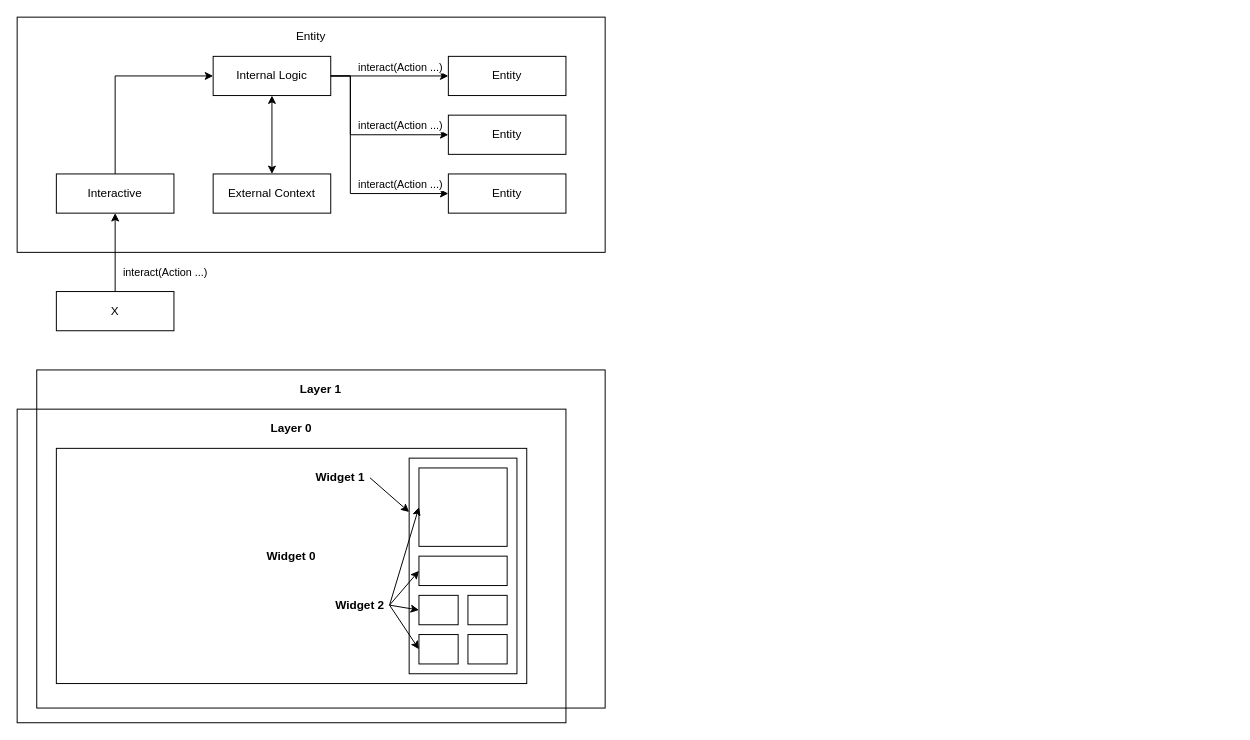
The draw.io diagram page "Windowing hierarchy" (3 of 3) of drafts/FEB-8.drawio in codowka-entertaiment/buhurts-and-hobbyhorsing-docs, before the edit. Source tidied: cells renumbered, new cells numbered last; positions are measured from the earlier drawing's top-left corner, leaving out a move shared by most shapes. Both pictures are drawn from the tidied source at 98%, with x=0, y=0 at pixel (17, 17).
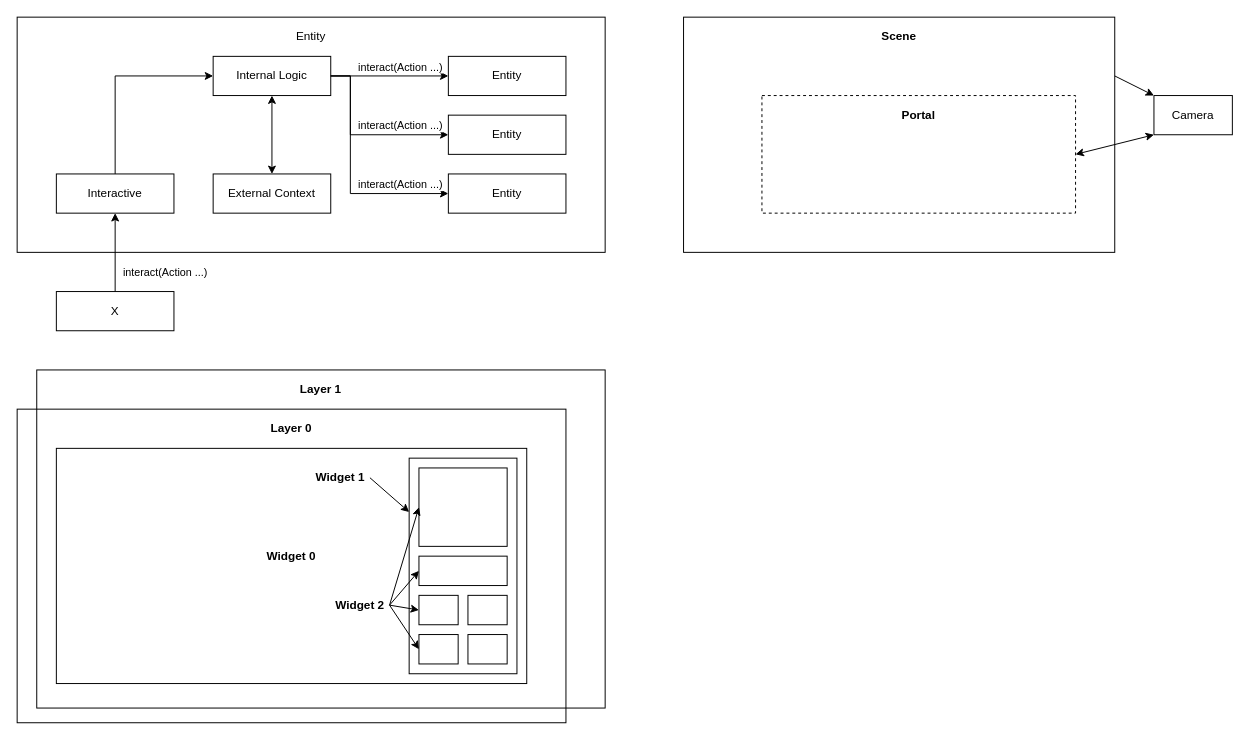
The same page after the edit.

The edit, as a diff of the source:
```diff
@@
+    <mxCell id="40" style="rounded=0;jettySize=auto;html=1;exitX=1;exitY=0.25;exitDx=0;exitDy=0;entryX=0;entryY=0;entryDx=0;entryDy=0;" parent="1" edge="1" source="41" target="46">
+      <mxGeometry relative="1" as="geometry" />
+    </mxCell>
+    <mxCell id="41" style="rounded=0;whiteSpace=wrap;html=1;fillColor=none;" parent="1" vertex="1">
+      <mxGeometry x="680" width="440" height="240" as="geometry" />
+    </mxCell>
+    <mxCell id="42" value="Scene" style="text;html=1;strokeColor=none;fillColor=none;align=center;verticalAlign=middle;whiteSpace=wrap;rounded=0;fontStyle=1;" parent="1" vertex="1">
+      <mxGeometry x="870" y="10" width="60" height="20" as="geometry" />
+    </mxCell>
+    <mxCell id="43" style="rounded=0;whiteSpace=wrap;html=1;fillColor=none;dashed=1;" parent="1" vertex="1">
+      <mxGeometry x="760" y="80" width="320" height="120" as="geometry" />
+    </mxCell>
+    <mxCell id="44" value="Portal" style="text;html=1;strokeColor=none;fillColor=none;align=center;verticalAlign=middle;whiteSpace=wrap;rounded=0;fontStyle=1;" parent="1" vertex="1">
+      <mxGeometry x="890" y="90" width="60" height="20" as="geometry" />
+    </mxCell>
+    <mxCell id="45" style="rounded=0;jettySize=auto;html=1;exitX=0;exitY=1;exitDx=0;exitDy=0;entryX=1;entryY=0.5;entryDx=0;entryDy=0;startArrow=classic;startFill=1;" parent="1" edge="1" source="46" target="43">
+      <mxGeometry relative="1" as="geometry" />
+    </mxCell>
+    <mxCell id="46" value="Camera" style="rounded=0;whiteSpace=wrap;html=1;fillColor=none;" parent="1" vertex="1">
+      <mxGeometry x="1160" y="80" width="80" height="40" as="geometry" />
+    </mxCell>
```
